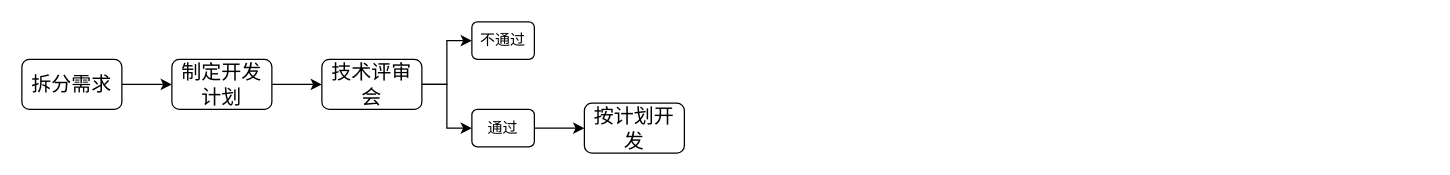
ammengke/my-drawio keeps this draw.io diagram as 技术评审流程.drawio. Above is the earlier version. Source tidied: cells renumbered, new cells numbered last; positions are measured from the earlier drawing's top-left corner, leaving out a move shared by most shapes. Both pictures are drawn from the tidied source at 125%, with x=0, y=0 at pixel (21, 21).
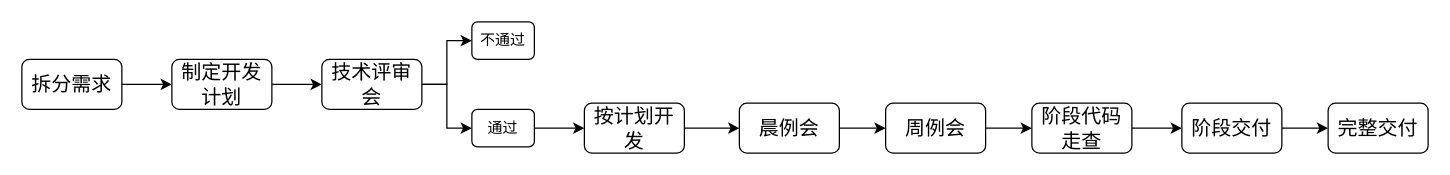
Above is the later version.

Commit message (it also covers changes not shown here):
Update 技术评审流程.drawio

The change refers to these unchanged cells:
```xml
<mxCell id="12" value="按计划开发" style="rounded=1;whiteSpace=wrap;html=1;fontSize=16;" parent="1" vertex="1">
  <mxGeometry x="450" y="65" width="80" height="40" as="geometry" />
</mxCell>
```

Change to the diagram source:
```diff
@@
+    <mxCell id="13" style="edgeStyle=orthogonalEdgeStyle;rounded=0;jettySize=auto;html=1;" parent="1" edge="1" source="12" target="20">
+      <mxGeometry relative="1" as="geometry" />
+    </mxCell>
@@
+    <mxCell id="14" style="edgeStyle=orthogonalEdgeStyle;rounded=0;jettySize=auto;html=1;" parent="1" edge="1" source="15" target="17">
+      <mxGeometry relative="1" as="geometry" />
+    </mxCell>
+    <mxCell id="15" value="阶段代码走查" style="rounded=1;whiteSpace=wrap;html=1;fontSize=16;" parent="1" vertex="1">
+      <mxGeometry x="808" y="65" width="80" height="40" as="geometry" />
+    </mxCell>
+    <mxCell id="16" style="edgeStyle=orthogonalEdgeStyle;rounded=0;jettySize=auto;html=1;" parent="1" edge="1" source="17" target="18">
+      <mxGeometry relative="1" as="geometry" />
+    </mxCell>
+    <mxCell id="17" value="阶段交付" style="rounded=1;whiteSpace=wrap;html=1;fontSize=16;" parent="1" vertex="1">
+      <mxGeometry x="928" y="65" width="80" height="40" as="geometry" />
+    </mxCell>
+    <mxCell id="18" value="完整交付" style="rounded=1;whiteSpace=wrap;html=1;fontSize=16;" parent="1" vertex="1">
+      <mxGeometry x="1045" y="65" width="80" height="40" as="geometry" />
+    </mxCell>
+    <mxCell id="19" style="edgeStyle=orthogonalEdgeStyle;rounded=0;jettySize=auto;html=1;" parent="1" edge="1" source="20" target="22">
+      <mxGeometry relative="1" as="geometry" />
+    </mxCell>
+    <mxCell id="20" value="晨例会" style="rounded=1;whiteSpace=wrap;html=1;fontSize=16;" parent="1" vertex="1">
+      <mxGeometry x="574" y="65" width="80" height="40" as="geometry" />
+    </mxCell>
+    <mxCell id="21" style="edgeStyle=orthogonalEdgeStyle;rounded=0;jettySize=auto;html=1;" parent="1" edge="1" source="22" target="15">
+      <mxGeometry relative="1" as="geometry" />
+    </mxCell>
+    <mxCell id="22" value="周例会" style="rounded=1;whiteSpace=wrap;html=1;fontSize=16;" parent="1" vertex="1">
+      <mxGeometry x="691" y="65" width="80" height="40" as="geometry" />
+    </mxCell>
```
